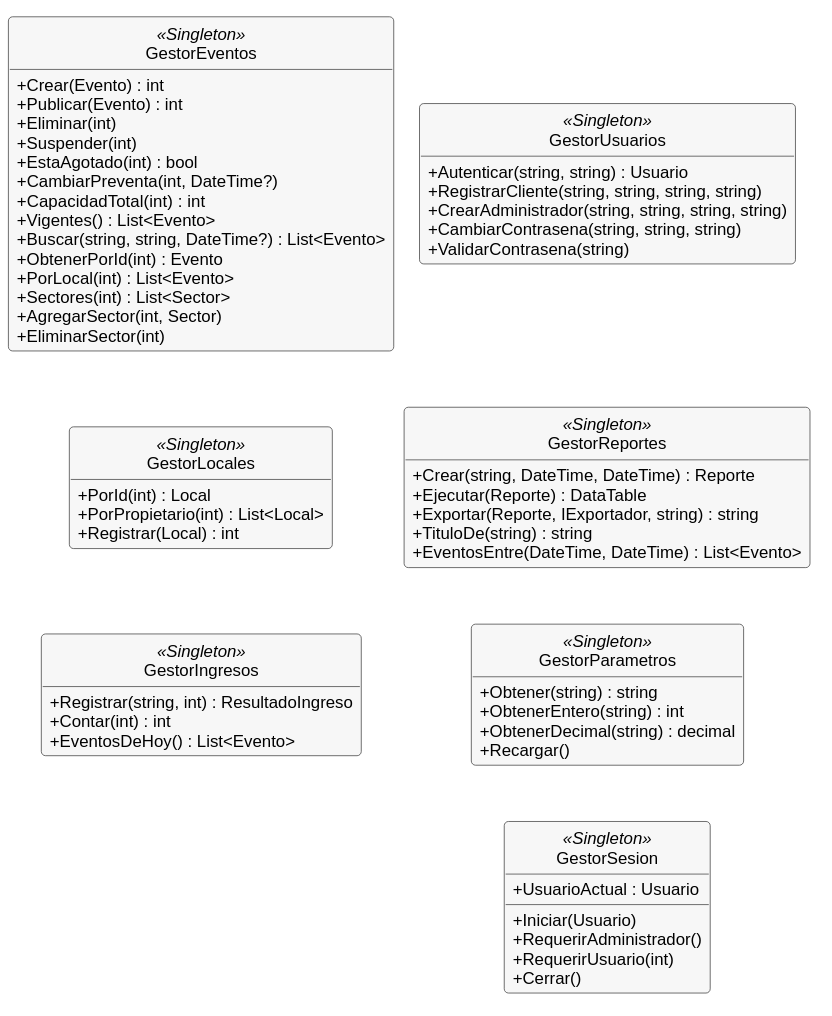
Above: docs/diagramas/clases-5-negocio-administracion.svg in MaximoAmbro/TrabajoDeDiploma (PlantUML), before the change. Source of this version:
```plantuml
@startuml
!include _estilo.iuml
skinparam nodesep 18
skinparam ranksep 40
hide empty members

class GestorEventos <<Singleton>> {
  + Crear(Evento) : int
  + Publicar(Evento) : int
  + Eliminar(int)
  + Suspender(int)
  + EstaAgotado(int) : bool
  + CambiarPreventa(int, DateTime?)
  + CapacidadTotal(int) : int
  + Vigentes() : List<Evento>
  + Buscar(string, string, DateTime?) : List<Evento>
  + ObtenerPorId(int) : Evento
  + PorLocal(int) : List<Evento>
  + Sectores(int) : List<Sector>
  + AgregarSector(int, Sector)
  + EliminarSector(int)
}
class GestorLocales <<Singleton>> {
  + PorId(int) : Local
  + PorPropietario(int) : List<Local>
  + Registrar(Local) : int
}
class GestorIngresos <<Singleton>> {
  + Registrar(string, int) : ResultadoIngreso
  + Contar(int) : int
  + EventosDeHoy() : List<Evento>
}
class GestorUsuarios <<Singleton>> {
  + Autenticar(string, string) : Usuario
  + RegistrarCliente(string, string, string, string)
  + CrearAdministrador(string, string, string, string)
  + CambiarContrasena(string, string, string)
  + ValidarContrasena(string)
}
class GestorReportes <<Singleton>> {
  + Crear(string, DateTime, DateTime) : Reporte
  + Ejecutar(Reporte) : DataTable
  + Exportar(Reporte, IExportador, string) : string
  + TituloDe(string) : string
  + EventosEntre(DateTime, DateTime) : List<Evento>
}
class GestorParametros <<Singleton>> {
  + Obtener(string) : string
  + ObtenerEntero(string) : int
  + ObtenerDecimal(string) : decimal
  + Recargar()
}
class GestorSesion <<Singleton>> {
  + UsuarioActual : Usuario
  + Iniciar(Usuario)
  + RequerirAdministrador()
  + RequerirUsuario(int)
  + Cerrar()
}

GestorEventos -[hidden]down- GestorLocales
GestorLocales -[hidden]down- GestorIngresos
GestorUsuarios -[hidden]down- GestorReportes
GestorReportes -[hidden]down- GestorParametros
GestorParametros -[hidden]down- GestorSesion
GestorEventos -[hidden]right- GestorUsuarios
@enduml
```
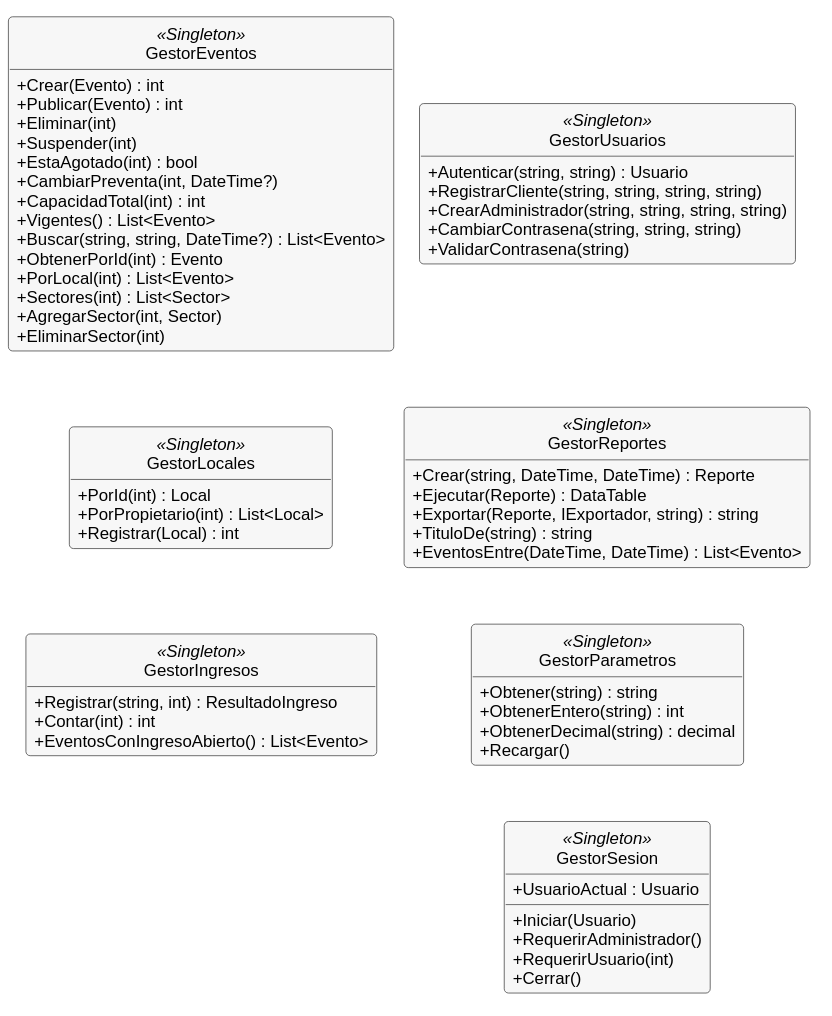
The same file after the commit.

What changed in the source:
```diff
@@ -28,7 +28,7 @@
 class GestorIngresos <<Singleton>> {
   + Registrar(string, int) : ResultadoIngreso
   + Contar(int) : int
-  + EventosDeHoy() : List<Evento>
+  + EventosConIngresoAbierto() : List<Evento>
 }
 class GestorUsuarios <<Singleton>> {
   + Autenticar(string, string) : Usuario
```
